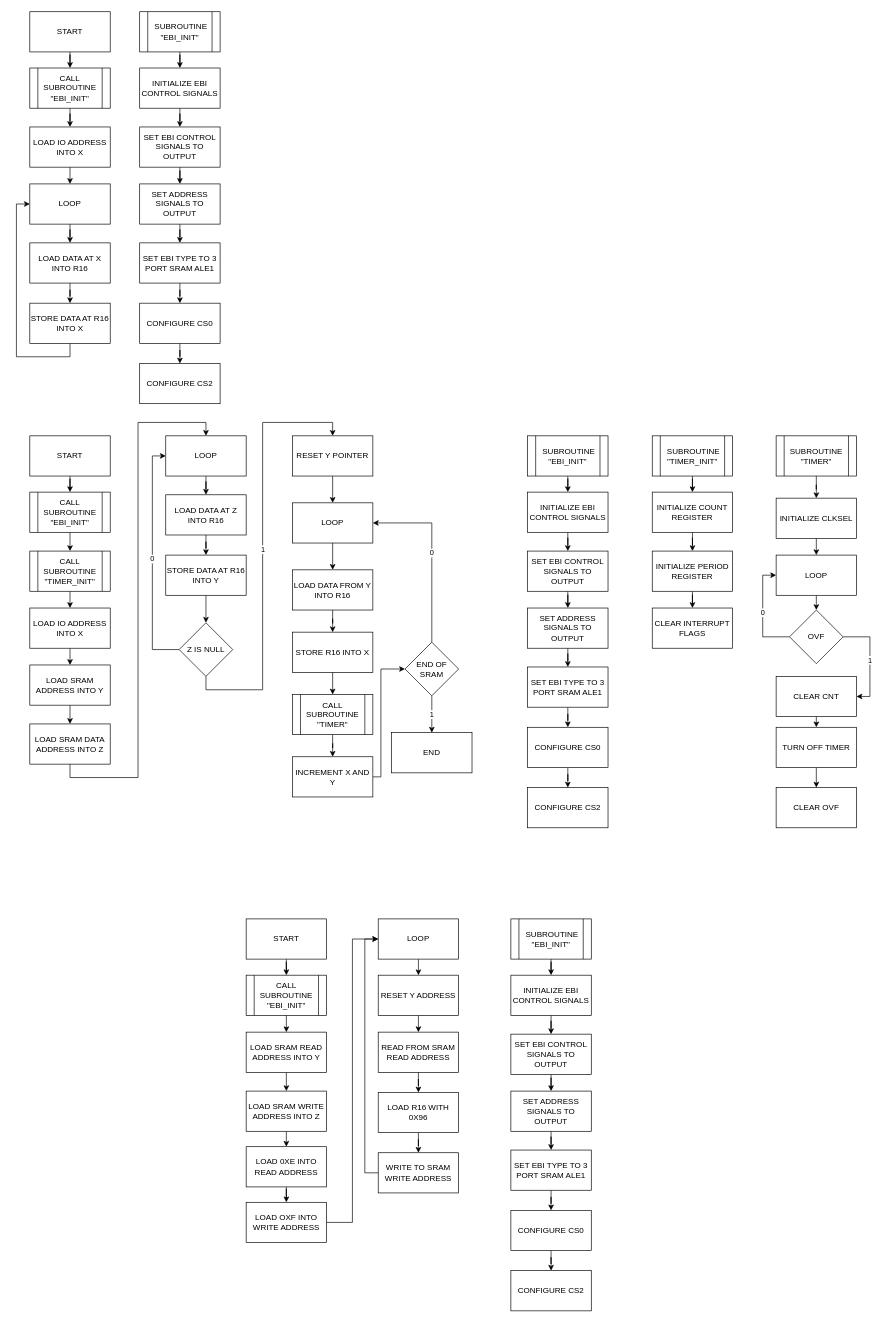
Above: lab_4_flowchart.drawio in S-Miller-UFL/4744lab4 (draw.io), before the change. Source tidied: cells renumbered, new cells numbered last; positions are measured from the earlier drawing's top-left corner, leaving out a move shared by most shapes. Both pictures are drawn from the tidied source at 67%, with x=0, y=0 at pixel (29, 11).
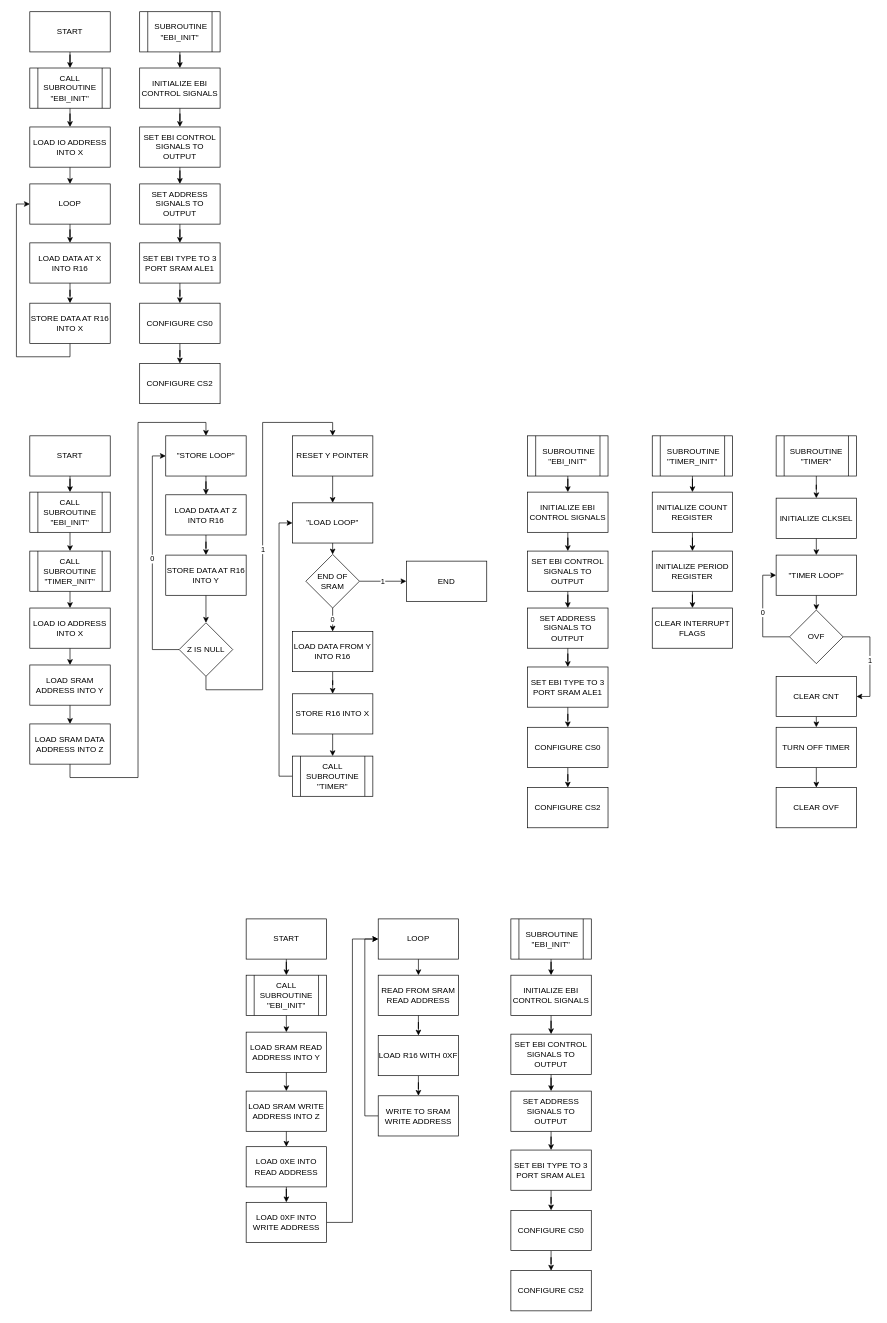
The same diagram, later.

Unchanged cells that the change refers to:
```xml
<mxCell id="118" value="LOOP" style="whiteSpace=wrap;html=1;rounded=0;" parent="1" vertex="1">
  <mxGeometry x="520" y="1354" width="120" height="60" as="geometry" />
</mxCell>
```

The edit, as a diff of the source:
```diff
@@
-    <mxCell id="45" value="LOOP" style="whiteSpace=wrap;html=1;rounded=0;" parent="1" vertex="1">
+    <mxCell id="45" value="&quot;STORE LOOP&quot;" style="whiteSpace=wrap;html=1;rounded=0;" parent="1" vertex="1">
       <mxGeometry x="202.9" y="633" width="120" height="60" as="geometry" />
     </mxCell>
@@
-    <mxCell id="65" style="edgeStyle=orthogonalEdgeStyle;rounded=0;jettySize=auto;html=1;" parent="1" edge="1" source="66" target="83">
-      <mxGeometry relative="1" as="geometry" />
-    </mxCell>
+    <mxCell id="133" style="edgeStyle=orthogonalEdgeStyle;rounded=0;jettySize=auto;html=1;exitX=0;exitY=0.5;exitDx=0;exitDy=0;entryX=0;entryY=0.5;entryDx=0;entryDy=0;" parent="1" edge="1" source="66" target="77">
+      <mxGeometry relative="1" as="geometry" />
+    </mxCell>
     <mxCell id="66" value="CALL SUBROUTINE &quot;TIMER&quot;" style="shape=process;whiteSpace=wrap;html=1;backgroundOutline=1;rounded=0;" parent="1" vertex="1">
-      <mxGeometry x="392" y="1019" width="120" height="60" as="geometry" />
+      <mxGeometry x="392" y="1111" width="120" height="60" as="geometry" />
     </mxCell>
@@
-    <mxCell id="76" style="edgeStyle=orthogonalEdgeStyle;rounded=0;jettySize=auto;html=1;" parent="1" edge="1" source="77" target="79">
-      <mxGeometry relative="1" as="geometry" />
-    </mxCell>
+    <mxCell id="134" style="edgeStyle=orthogonalEdgeStyle;rounded=0;jettySize=auto;html=1;exitX=0.5;exitY=1;exitDx=0;exitDy=0;entryX=0.5;entryY=0;entryDx=0;entryDy=0;" parent="1" edge="1" source="77" target="96">
+      <mxGeometry relative="1" as="geometry" />
+    </mxCell>
-    <mxCell id="77" value="LOOP" style="whiteSpace=wrap;html=1;rounded=0;" parent="1" vertex="1">
+    <mxCell id="77" value="&quot;LOAD LOOP&quot;" style="whiteSpace=wrap;html=1;rounded=0;" parent="1" vertex="1">
       <mxGeometry x="392" y="733" width="120" height="60" as="geometry" />
     </mxCell>
@@
     <mxCell id="79" value="LOAD DATA FROM Y INTO R16" style="whiteSpace=wrap;html=1;rounded=0;" parent="1" vertex="1">
-      <mxGeometry x="392" y="833" width="120" height="60" as="geometry" />
+      <mxGeometry x="392" y="925" width="120" height="60" as="geometry" />
     </mxCell>
@@
     <mxCell id="81" value="STORE R16 INTO X" style="whiteSpace=wrap;html=1;rounded=0;" parent="1" vertex="1">
-      <mxGeometry x="392" y="926" width="120" height="60" as="geometry" />
+      <mxGeometry x="392" y="1018" width="120" height="60" as="geometry" />
     </mxCell>
-    <mxCell id="82" style="edgeStyle=orthogonalEdgeStyle;rounded=0;jettySize=auto;html=1;exitX=1;exitY=0.5;exitDx=0;exitDy=0;entryX=0;entryY=0.5;entryDx=0;entryDy=0;" parent="1" edge="1" source="83" target="96">
-      <mxGeometry relative="1" as="geometry">
-        <Array as="points">
-          <mxPoint x="524" y="1142" />
-          <mxPoint x="524" y="981" />
-        </Array>
-      </mxGeometry>
-    </mxCell>
-    <mxCell id="83" value="INCREMENT X AND Y" style="whiteSpace=wrap;html=1;rounded=0;" parent="1" vertex="1">
-      <mxGeometry x="392" y="1112" width="120" height="60" as="geometry" />
-    </mxCell>
@@
-    <mxCell id="88" value="LOOP" style="whiteSpace=wrap;html=1;" parent="1" vertex="1">
+    <mxCell id="88" value="&quot;TIMER LOOP&quot;" style="whiteSpace=wrap;html=1;" parent="1" vertex="1">
       <mxGeometry x="1113.9" y="811" width="120" height="60" as="geometry" />
     </mxCell>
@@
-    <mxCell id="94" value="1" style="edgeStyle=orthogonalEdgeStyle;rounded=0;jettySize=auto;html=1;exitX=0.5;exitY=1;exitDx=0;exitDy=0;entryX=0.5;entryY=0;entryDx=0;entryDy=0;" parent="1" edge="1" source="96" target="97">
+    <mxCell id="94" value="1" style="edgeStyle=orthogonalEdgeStyle;rounded=0;jettySize=auto;html=1;exitX=1;exitY=0.5;exitDx=0;exitDy=0;entryX=0;entryY=0.5;entryDx=0;entryDy=0;" parent="1" edge="1" source="96" target="97">
       <mxGeometry relative="1" as="geometry" />
     </mxCell>
-    <mxCell id="95" value="0" style="edgeStyle=orthogonalEdgeStyle;rounded=0;jettySize=auto;html=1;exitX=0.5;exitY=0;exitDx=0;exitDy=0;entryX=1;entryY=0.5;entryDx=0;entryDy=0;" parent="1" edge="1" source="96" target="77">
+    <mxCell id="95" value="0" style="edgeStyle=orthogonalEdgeStyle;rounded=0;jettySize=auto;html=1;exitX=0.5;exitY=1;exitDx=0;exitDy=0;entryX=0.5;entryY=0;entryDx=0;entryDy=0;" parent="1" edge="1" source="96" target="79">
       <mxGeometry relative="1" as="geometry" />
     </mxCell>
     <mxCell id="96" value="END OF SRAM" style="rhombus;whiteSpace=wrap;html=1;rounded=0;" parent="1" vertex="1">
-      <mxGeometry x="560" y="941" width="80" height="80" as="geometry" />
+      <mxGeometry x="412" y="810" width="80" height="80" as="geometry" />
     </mxCell>
     <mxCell id="97" value="END" style="whiteSpace=wrap;html=1;rounded=0;" parent="1" vertex="1">
-      <mxGeometry x="540" y="1076" width="120" height="60" as="geometry" />
+      <mxGeometry x="562" y="820" width="120" height="60" as="geometry" />
     </mxCell>
@@
-    <mxCell id="117" style="edgeStyle=orthogonalEdgeStyle;rounded=0;jettySize=auto;html=1;exitX=0.5;exitY=1;exitDx=0;exitDy=0;entryX=0.5;entryY=0;entryDx=0;entryDy=0;" parent="1" edge="1" source="118" target="128">
-      <mxGeometry relative="1" as="geometry" />
-    </mxCell>
+    <mxCell id="135" style="edgeStyle=orthogonalEdgeStyle;rounded=0;jettySize=auto;html=1;exitX=0.5;exitY=1;exitDx=0;exitDy=0;entryX=0.5;entryY=0;entryDx=0;entryDy=0;" parent="1" edge="1" source="118" target="120">
+      <mxGeometry relative="1" as="geometry" />
+    </mxCell>
@@
     <mxCell id="120" value="READ FROM SRAM READ ADDRESS" style="whiteSpace=wrap;html=1;rounded=0;" parent="1" vertex="1">
-      <mxGeometry x="520" y="1523" width="120" height="60" as="geometry" />
+      <mxGeometry x="520" y="1438" width="120" height="60" as="geometry" />
     </mxCell>
@@
-    <mxCell id="122" value="LOAD R16 WITH 0X96" style="whiteSpace=wrap;html=1;rounded=0;" parent="1" vertex="1">
-      <mxGeometry x="520" y="1613" width="120" height="60" as="geometry" />
+    <mxCell id="122" value="LOAD R16 WITH 0XF" style="whiteSpace=wrap;html=1;rounded=0;" parent="1" vertex="1">
+      <mxGeometry x="520" y="1528" width="120" height="60" as="geometry" />
     </mxCell>
@@
     <mxCell id="124" value="WRITE TO SRAM WRITE ADDRESS" style="whiteSpace=wrap;html=1;rounded=0;" parent="1" vertex="1">
-      <mxGeometry x="520" y="1703" width="120" height="60" as="geometry" />
+      <mxGeometry x="520" y="1618" width="120" height="60" as="geometry" />
     </mxCell>
@@
-    <mxCell id="127" style="edgeStyle=orthogonalEdgeStyle;rounded=0;jettySize=auto;html=1;exitX=0.5;exitY=1;exitDx=0;exitDy=0;entryX=0.5;entryY=0;entryDx=0;entryDy=0;" parent="1" edge="1" source="128" target="120">
-      <mxGeometry relative="1" as="geometry" />
-    </mxCell>
-    <mxCell id="128" value="RESET Y ADDRESS" style="whiteSpace=wrap;html=1;rounded=0;" parent="1" vertex="1">
-      <mxGeometry x="520" y="1438" width="120" height="60" as="geometry" />
-    </mxCell>
@@
-    <mxCell id="132" value="LOAD OXF INTO WRITE ADDRESS" style="whiteSpace=wrap;html=1;rounded=0;" parent="1" vertex="1">
+    <mxCell id="132" value="LOAD 0XF INTO WRITE ADDRESS" style="whiteSpace=wrap;html=1;rounded=0;" parent="1" vertex="1">
       <mxGeometry x="322.9" y="1777" width="120" height="60" as="geometry" />
     </mxCell>
```
